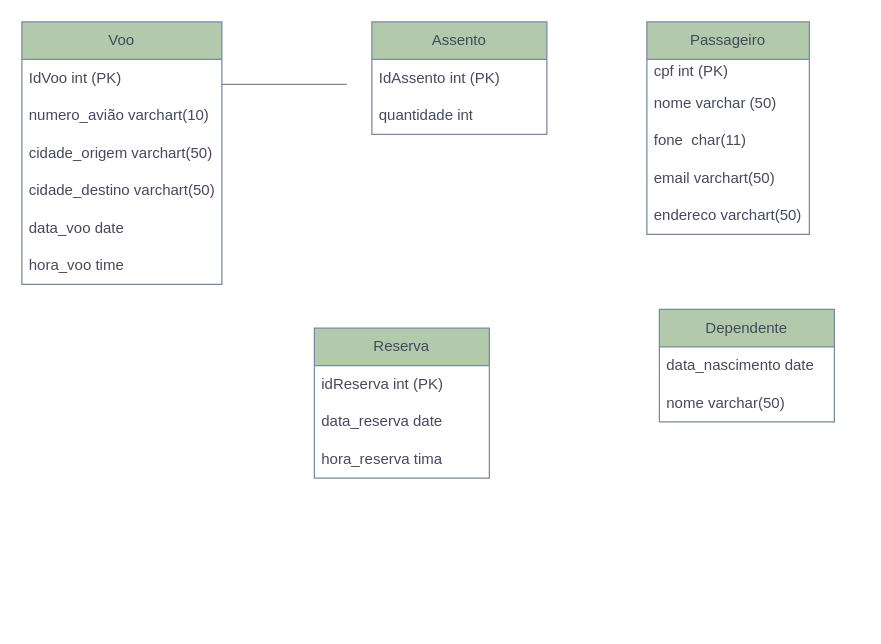
Before: Diagrama sem nome.drawio in GabrieLbarzoni/Story, a draw.io diagram. Source tidied: cells renumbered, new cells numbered last; positions are measured from the earlier drawing's top-left corner, leaving out a move shared by most shapes. Both pictures are drawn from the tidied source at 125%, with x=0, y=0 at pixel (21, 21).
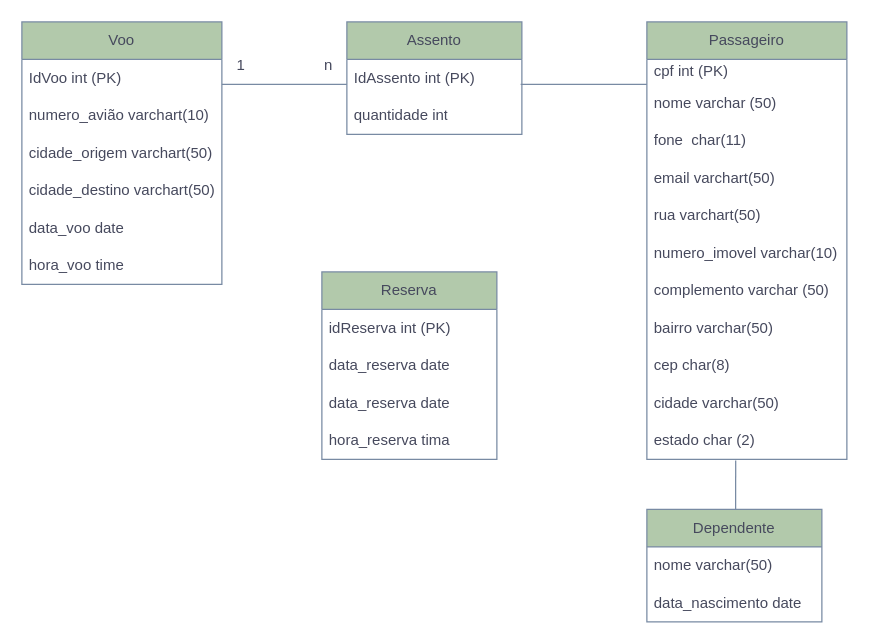
After the change.

What changed in the source:
```diff
@@
     <mxCell id="10" value="Assento" style="swimlane;fontStyle=0;horizontal=1;startSize=30;whiteSpace=wrap;html=1;labelBackgroundColor=none;fillColor=#B2C9AB;strokeColor=#788AA3;fontColor=#46495D;" parent="1" vertex="1">
-      <mxGeometry x="280" width="140" height="90" as="geometry" />
+      <mxGeometry x="260" width="140" height="90" as="geometry" />
     </mxCell>
@@
     <mxCell id="13" value="Passageiro" style="swimlane;fontStyle=0;horizontal=1;startSize=30;whiteSpace=wrap;html=1;labelBackgroundColor=none;fillColor=#B2C9AB;strokeColor=#788AA3;fontColor=#46495D;" parent="1" vertex="1">
-      <mxGeometry x="500" width="130" height="170" as="geometry" />
+      <mxGeometry x="500" width="160" height="350" as="geometry" />
     </mxCell>
     <mxCell id="14" value="cpf int (PK)" style="text;strokeColor=none;fillColor=none;align=left;verticalAlign=middle;spacingLeft=4;spacingRight=4;overflow=hidden;whiteSpace=wrap;html=1;labelBackgroundColor=none;fontColor=#46495D;" parent="13" vertex="1">
-      <mxGeometry y="30" width="130" height="20" as="geometry" />
+      <mxGeometry y="30" width="160" height="20" as="geometry" />
     </mxCell>
     <mxCell id="15" value="nome varchar (50)" style="text;strokeColor=none;fillColor=none;align=left;verticalAlign=middle;spacingLeft=4;spacingRight=4;overflow=hidden;whiteSpace=wrap;html=1;labelBackgroundColor=none;fontColor=#46495D;" parent="13" vertex="1">
-      <mxGeometry y="50" width="130" height="30" as="geometry" />
+      <mxGeometry y="50" width="160" height="30" as="geometry" />
     </mxCell>
     <mxCell id="16" value="fone&amp;nbsp; char(11)" style="text;strokeColor=none;fillColor=none;align=left;verticalAlign=middle;spacingLeft=4;spacingRight=4;overflow=hidden;whiteSpace=wrap;html=1;labelBackgroundColor=none;fontColor=#46495D;" parent="13" vertex="1">
-      <mxGeometry y="80" width="130" height="30" as="geometry" />
+      <mxGeometry y="80" width="160" height="30" as="geometry" />
     </mxCell>
     <mxCell id="17" value="email varchart(50)" style="text;strokeColor=none;fillColor=none;align=left;verticalAlign=middle;spacingLeft=4;spacingRight=4;overflow=hidden;whiteSpace=wrap;html=1;labelBackgroundColor=none;fontColor=#46495D;" parent="13" vertex="1">
-      <mxGeometry y="110" width="130" height="30" as="geometry" />
+      <mxGeometry y="110" width="160" height="30" as="geometry" />
     </mxCell>
-    <mxCell id="18" value="endereco varchart(50)" style="text;strokeColor=none;fillColor=none;align=left;verticalAlign=middle;spacingLeft=4;spacingRight=4;overflow=hidden;whiteSpace=wrap;html=1;labelBackgroundColor=none;fontColor=#46495D;" parent="13" vertex="1">
-      <mxGeometry y="140" width="130" height="30" as="geometry" />
+    <mxCell id="18" value="rua varchart(50)" style="text;strokeColor=none;fillColor=none;align=left;verticalAlign=middle;spacingLeft=4;spacingRight=4;overflow=hidden;whiteSpace=wrap;html=1;labelBackgroundColor=none;fontColor=#46495D;" parent="13" vertex="1">
+      <mxGeometry y="140" width="160" height="30" as="geometry" />
     </mxCell>
+    <mxCell id="26" style="text;strokeColor=none;fillColor=none;align=left;verticalAlign=middle;spacingLeft=4;spacingRight=4;overflow=hidden;whiteSpace=wrap;html=1;labelBackgroundColor=none;fontColor=#46495D;" parent="13" vertex="1">
+      <mxGeometry y="170" width="160" height="30" as="geometry" />
+    </mxCell>
+    <mxCell id="27" value="complemento varchar (50)" style="text;strokeColor=none;fillColor=none;align=left;verticalAlign=middle;spacingLeft=4;spacingRight=4;overflow=hidden;whiteSpace=wrap;html=1;labelBackgroundColor=none;fontColor=#46495D;" parent="13" vertex="1">
+      <mxGeometry y="200" width="160" height="30" as="geometry" />
+    </mxCell>
+    <mxCell id="28" value="bairro varchar(50)" style="text;strokeColor=none;fillColor=none;align=left;verticalAlign=middle;spacingLeft=4;spacingRight=4;overflow=hidden;whiteSpace=wrap;html=1;labelBackgroundColor=none;fontColor=#46495D;" parent="13" vertex="1">
+      <mxGeometry y="230" width="160" height="30" as="geometry" />
+    </mxCell>
+    <mxCell id="29" value="cep char(8)" style="text;strokeColor=none;fillColor=none;align=left;verticalAlign=middle;spacingLeft=4;spacingRight=4;overflow=hidden;whiteSpace=wrap;html=1;labelBackgroundColor=none;fontColor=#46495D;" parent="13" vertex="1">
+      <mxGeometry y="260" width="160" height="30" as="geometry" />
+    </mxCell>
+    <mxCell id="30" value="cidade varchar(50)" style="text;strokeColor=none;fillColor=none;align=left;verticalAlign=middle;spacingLeft=4;spacingRight=4;overflow=hidden;whiteSpace=wrap;html=1;labelBackgroundColor=none;fontColor=#46495D;" parent="13" vertex="1">
+      <mxGeometry y="290" width="160" height="30" as="geometry" />
+    </mxCell>
+    <mxCell id="31" value="estado char (2)" style="text;strokeColor=none;fillColor=none;align=left;verticalAlign=middle;spacingLeft=4;spacingRight=4;overflow=hidden;points=[[0,0.5],[1,0.5]];portConstraint=eastwest;whiteSpace=wrap;html=1;labelBackgroundColor=none;fontColor=#46495D;" parent="13" vertex="1">
+      <mxGeometry y="320" width="160" height="30" as="geometry" />
+    </mxCell>
     <mxCell id="19" value="Dependente" style="swimlane;fontStyle=0;horizontal=1;startSize=30;whiteSpace=wrap;html=1;strokeColor=#788AA3;fontColor=#46495D;fillColor=#B2C9AB;" parent="1" vertex="1">
-      <mxGeometry x="510" y="230" width="140" height="90" as="geometry" />
+      <mxGeometry x="500" y="390" width="140" height="90" as="geometry" />
     </mxCell>
+    <mxCell id="21" value="nome varchar(50)" style="text;strokeColor=none;fillColor=none;align=left;verticalAlign=middle;spacingLeft=4;spacingRight=4;overflow=hidden;whiteSpace=wrap;html=1;fontColor=#46495D;" parent="19" vertex="1">
+      <mxGeometry y="30" width="140" height="30" as="geometry" />
+    </mxCell>
     <mxCell id="20" value="data_nascimento date" style="text;strokeColor=none;fillColor=none;align=left;verticalAlign=middle;spacingLeft=4;spacingRight=4;overflow=hidden;whiteSpace=wrap;html=1;fontColor=#46495D;" parent="19" vertex="1">
-      <mxGeometry y="30" width="140" height="30" as="geometry" />
+      <mxGeometry y="60" width="140" height="30" as="geometry" />
     </mxCell>
-    <mxCell id="21" value="nome varchar(50)" style="text;strokeColor=none;fillColor=none;align=left;verticalAlign=middle;spacingLeft=4;spacingRight=4;overflow=hidden;whiteSpace=wrap;html=1;fontColor=#46495D;" parent="19" vertex="1">
-      <mxGeometry y="60" width="140" height="30" as="geometry" />
-    </mxCell>
     <mxCell id="22" value="Reserva" style="swimlane;fontStyle=0;horizontal=1;startSize=30;whiteSpace=wrap;html=1;strokeColor=#788AA3;fontColor=#46495D;fillColor=#B2C9AB;" parent="1" vertex="1">
-      <mxGeometry x="234" y="245" width="140" height="120" as="geometry" />
+      <mxGeometry x="240" y="200" width="140" height="150" as="geometry" />
     </mxCell>
@@
+    <mxCell id="32" value="data_reserva date" style="text;strokeColor=none;fillColor=none;align=left;verticalAlign=middle;spacingLeft=4;spacingRight=4;overflow=hidden;whiteSpace=wrap;html=1;fontColor=#46495D;" parent="22" vertex="1">
+      <mxGeometry y="90" width="140" height="30" as="geometry" />
+    </mxCell>
     <mxCell id="25" value="hora_reserva tima" style="text;strokeColor=none;fillColor=none;align=left;verticalAlign=middle;spacingLeft=4;spacingRight=4;overflow=hidden;whiteSpace=wrap;html=1;fontColor=#46495D;" parent="22" vertex="1">
-      <mxGeometry y="90" width="140" height="30" as="geometry" />
+      <mxGeometry y="120" width="140" height="30" as="geometry" />
     </mxCell>
+    <mxCell id="33" style="endArrow=none;html=1;rounded=0;strokeColor=#788AA3;fontColor=#46495D;fillColor=#B2C9AB;" parent="1" edge="1">
+      <mxGeometry relative="1" as="geometry">
+        <mxPoint x="399" y="50" as="sourcePoint" />
+        <mxPoint x="500" y="50" as="targetPoint" />
+      </mxGeometry>
+    </mxCell>
+    <mxCell id="34" style="endArrow=none;html=1;rounded=0;strokeColor=#788AA3;fontColor=#46495D;fillColor=#B2C9AB;exitX=0.444;exitY=1.033;exitDx=0;exitDy=0;exitPerimeter=0;" parent="1" edge="1" source="31">
+      <mxGeometry relative="1" as="geometry">
+        <mxPoint x="571" y="390" as="targetPoint" />
+      </mxGeometry>
+    </mxCell>
+    <mxCell id="35" value="numero_imovel varchar(10)" style="text;strokeColor=none;fillColor=none;align=left;verticalAlign=middle;spacingLeft=4;spacingRight=4;overflow=hidden;whiteSpace=wrap;html=1;labelBackgroundColor=none;fontColor=#46495D;" parent="1" vertex="1">
+      <mxGeometry x="500" y="170" width="170" height="30" as="geometry" />
+    </mxCell>
+    <mxCell id="36" value="1" style="text;html=1;align=center;verticalAlign=middle;strokeColor=none;fillColor=none;fontColor=#46495D;" parent="1" vertex="1">
+      <mxGeometry x="160" y="20" width="30" height="30" as="geometry" />
+    </mxCell>
+    <mxCell id="37" value="n" style="text;html=1;align=center;verticalAlign=middle;strokeColor=none;fillColor=none;fontColor=#46495D;" parent="1" vertex="1">
+      <mxGeometry x="230" y="20" width="30" height="30" as="geometry" />
+    </mxCell>
```
